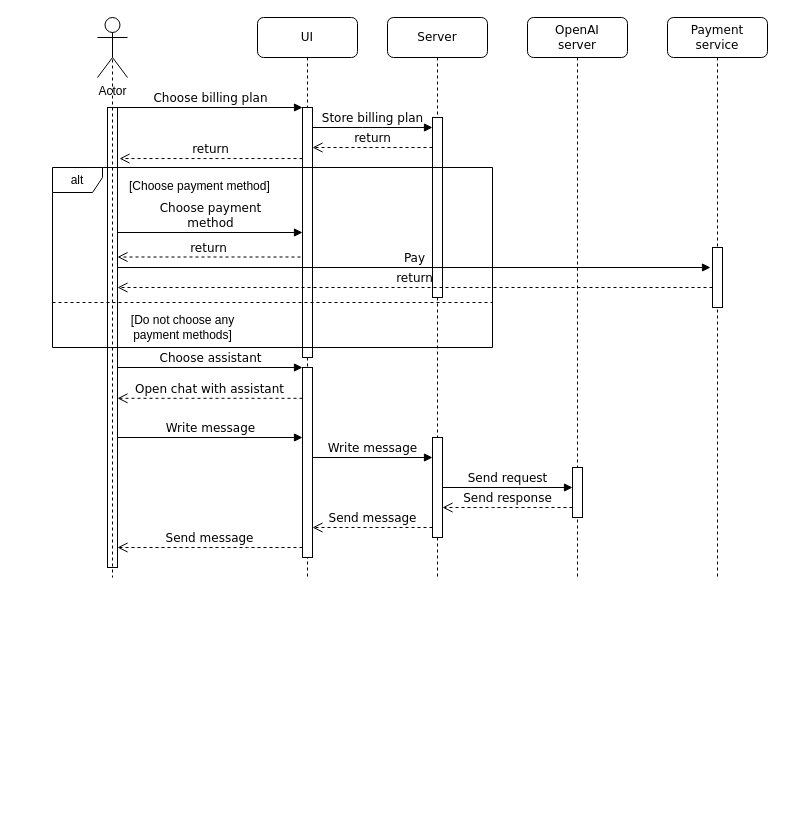
lyphrowny/Porphiriy keeps this draw.io diagram as docs/raw_figs/system_logical_architecture.drawio. Above is the earlier version. Source tidied: cells renumbered, new cells numbered last; positions are measured from the earlier drawing's top-left corner, leaving out a move shared by most shapes. Both pictures are drawn from the tidied source at 100%, with x=0, y=0 at pixel (52, 17).
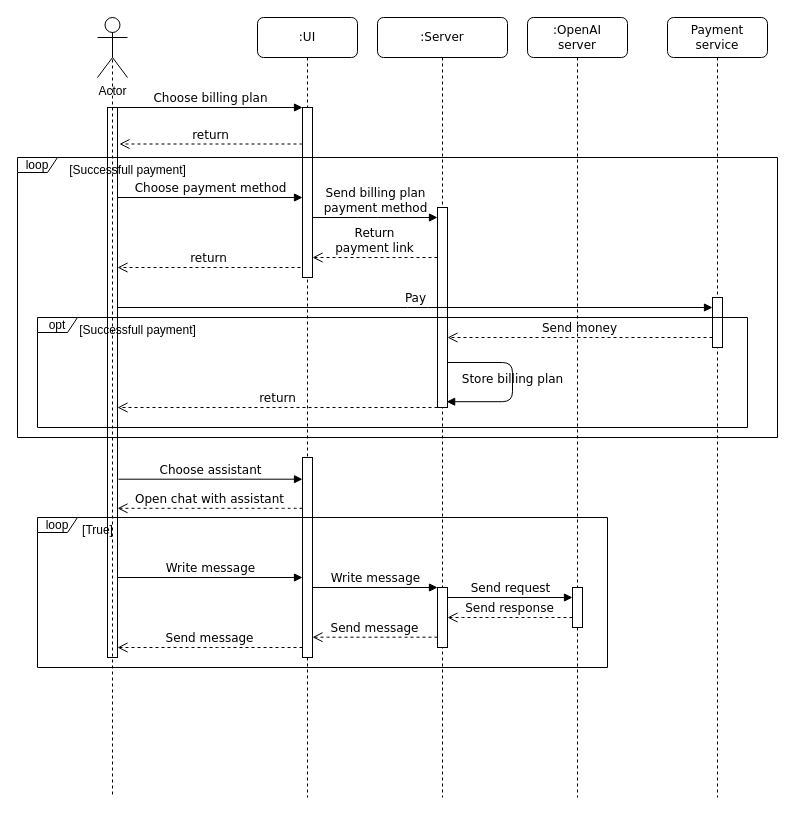
The same page after the edit.

Commit message (it also covers changes not shown here):
Fix alternation syntax; Fix payment process

The edit, as a diff of the source:
```diff
@@
-    <mxCell id="2" value="UI" style="shape=umlLifeline;perimeter=lifelinePerimeter;whiteSpace=wrap;html=1;rounded=1;shadow=0;comic=0;labelBackgroundColor=none;strokeWidth=1;fontFamily=Verdana;fontSize=12;align=center;" parent="1" vertex="1">
-      <mxGeometry x="205" width="100" height="560" as="geometry" />
+    <mxCell id="2" value=":UI" style="shape=umlLifeline;perimeter=lifelinePerimeter;whiteSpace=wrap;html=1;rounded=1;shadow=0;comic=0;labelBackgroundColor=none;strokeWidth=1;fontFamily=Verdana;fontSize=12;align=center;" parent="1" vertex="1">
+      <mxGeometry x="205" width="100" height="780" as="geometry" />
     </mxCell>
     <mxCell id="3" style="html=1;points=[];perimeter=orthogonalPerimeter;rounded=0;shadow=0;comic=0;labelBackgroundColor=none;strokeWidth=1;fontFamily=Verdana;fontSize=12;align=center;" parent="2" vertex="1">
-      <mxGeometry x="45" y="90" width="10" height="250" as="geometry" />
+      <mxGeometry x="45" y="90" width="10" height="170" as="geometry" />
     </mxCell>
-    <mxCell id="4" style="html=1;points=[];perimeter=orthogonalPerimeter;rounded=0;shadow=0;comic=0;labelBackgroundColor=none;strokeWidth=1;fontFamily=Verdana;fontSize=12;align=center;" parent="2" vertex="1">
-      <mxGeometry x="45" y="350" width="10" height="190" as="geometry" />
-    </mxCell>
-    <mxCell id="5" value="return" style="html=1;verticalAlign=bottom;endArrow=open;dashed=1;endSize=8;labelBackgroundColor=none;fontFamily=Verdana;fontSize=12;" parent="2" edge="1">
-      <mxGeometry relative="1" as="geometry">
-        <mxPoint x="175" y="130" as="sourcePoint" />
-        <mxPoint x="55" y="130" as="targetPoint" />
-      </mxGeometry>
-    </mxCell>
-    <mxCell id="6" value="Store billing plan" style="html=1;verticalAlign=bottom;endArrow=block;labelBackgroundColor=none;fontFamily=Verdana;fontSize=12;edgeStyle=elbowEdgeStyle;elbow=vertical;" parent="2" edge="1">
-      <mxGeometry relative="1" as="geometry">
-        <mxPoint x="55" y="110" as="sourcePoint" />
-        <mxPoint x="175" y="110" as="targetPoint" />
-      </mxGeometry>
-    </mxCell>
+    <mxCell id="35" value="Return &lt;br&gt;payment link" style="html=1;verticalAlign=bottom;endArrow=open;dashed=1;endSize=8;labelBackgroundColor=none;fontFamily=Verdana;fontSize=12;" parent="2" edge="1" source="8">
+      <mxGeometry relative="1" as="geometry">
+        <mxPoint x="55" y="240" as="targetPoint" />
+      </mxGeometry>
+    </mxCell>
-    <mxCell id="7" value="Server" style="shape=umlLifeline;perimeter=lifelinePerimeter;whiteSpace=wrap;html=1;rounded=1;shadow=0;comic=0;labelBackgroundColor=none;strokeWidth=1;fontFamily=Verdana;fontSize=12;align=center;" parent="1" vertex="1">
-      <mxGeometry x="335" width="100" height="560" as="geometry" />
+    <mxCell id="7" value=":Server" style="shape=umlLifeline;perimeter=lifelinePerimeter;whiteSpace=wrap;html=1;rounded=1;shadow=0;comic=0;labelBackgroundColor=none;strokeWidth=1;fontFamily=Verdana;fontSize=12;align=center;" parent="1" vertex="1">
+      <mxGeometry x="325" width="130" height="780" as="geometry" />
     </mxCell>
     <mxCell id="8" style="html=1;points=[];perimeter=orthogonalPerimeter;rounded=0;shadow=0;comic=0;labelBackgroundColor=none;strokeWidth=1;fontFamily=Verdana;fontSize=12;align=center;" parent="7" vertex="1">
-      <mxGeometry x="45" y="100" width="10" height="180" as="geometry" />
+      <mxGeometry x="60" y="190" width="10" height="200" as="geometry" />
     </mxCell>
-    <mxCell id="9" style="html=1;points=[];perimeter=orthogonalPerimeter;rounded=0;shadow=0;comic=0;labelBackgroundColor=none;strokeWidth=1;fontFamily=Verdana;fontSize=12;align=center;" parent="7" vertex="1">
-      <mxGeometry x="45" y="420" width="10" height="100" as="geometry" />
-    </mxCell>
+    <mxCell id="6" value="Store billing plan" style="html=1;verticalAlign=bottom;endArrow=block;labelBackgroundColor=none;fontFamily=Verdana;fontSize=12;edgeStyle=elbowEdgeStyle;elbow=vertical;entryX=0.914;entryY=0.971;entryDx=0;entryDy=0;entryPerimeter=0;" parent="7" edge="1" source="8" target="8">
+      <mxGeometry x="0.07" relative="1" as="geometry">
+        <Array as="points">
+          <mxPoint x="135" y="345" />
+          <mxPoint x="145" y="325" />
+        </Array>
+      </mxGeometry>
+    </mxCell>
+    <mxCell id="4" style="html=1;points=[];perimeter=orthogonalPerimeter;rounded=0;shadow=0;comic=0;labelBackgroundColor=none;strokeWidth=1;fontFamily=Verdana;fontSize=12;align=center;" parent="7" vertex="1">
+      <mxGeometry x="-75" y="440" width="10" height="200" as="geometry" />
+    </mxCell>
+    <mxCell id="15" value="Choose assistant" style="html=1;verticalAlign=bottom;endArrow=block;labelBackgroundColor=none;fontFamily=Verdana;fontSize=12;exitX=1.1;exitY=0.679;exitDx=0;exitDy=0;exitPerimeter=0;" parent="7" edge="1" target="4">
+      <mxGeometry relative="1" as="geometry">
+        <mxPoint x="-259" y="461.7" as="sourcePoint" />
+      </mxGeometry>
+    </mxCell>
+    <mxCell id="27" value="Open chat with assistant" style="html=1;verticalAlign=bottom;endArrow=open;dashed=1;endSize=8;labelBackgroundColor=none;fontFamily=Verdana;fontSize=12;edgeStyle=elbowEdgeStyle;elbow=vertical;" parent="7" edge="1" source="4">
+      <mxGeometry relative="1" as="geometry">
+        <mxPoint x="-260" y="490.8" as="targetPoint" />
+        <Array as="points">
+          <mxPoint x="-85" y="490.8" />
+          <mxPoint x="-55" y="490.8" />
+        </Array>
+      </mxGeometry>
+    </mxCell>
-    <mxCell id="10" value="OpenAI&lt;br&gt;server" style="shape=umlLifeline;perimeter=lifelinePerimeter;whiteSpace=wrap;html=1;rounded=1;shadow=0;comic=0;labelBackgroundColor=none;strokeWidth=1;fontFamily=Verdana;fontSize=12;align=center;" parent="1" vertex="1">
-      <mxGeometry x="475" width="100" height="560" as="geometry" />
+    <mxCell id="10" value=":OpenAI&lt;br&gt;server" style="shape=umlLifeline;perimeter=lifelinePerimeter;whiteSpace=wrap;html=1;rounded=1;shadow=0;comic=0;labelBackgroundColor=none;strokeWidth=1;fontFamily=Verdana;fontSize=12;align=center;" parent="1" vertex="1">
+      <mxGeometry x="475" width="100" height="780" as="geometry" />
     </mxCell>
     <mxCell id="11" value="Payment&lt;br&gt;service" style="shape=umlLifeline;perimeter=lifelinePerimeter;whiteSpace=wrap;html=1;rounded=1;shadow=0;comic=0;labelBackgroundColor=none;strokeWidth=1;fontFamily=Verdana;fontSize=12;align=center;" parent="1" vertex="1">
-      <mxGeometry x="615" width="100" height="560" as="geometry" />
+      <mxGeometry x="615" width="100" height="780" as="geometry" />
     </mxCell>
-    <mxCell id="12" value="return" style="html=1;verticalAlign=bottom;endArrow=open;dashed=1;endSize=8;labelBackgroundColor=none;fontFamily=Verdana;fontSize=12;edgeStyle=elbowEdgeStyle;elbow=vertical;entryX=1;entryY=0.391;entryDx=0;entryDy=0;entryPerimeter=0;" parent="11" edge="1" target="17">
-      <mxGeometry relative="1" as="geometry">
-        <mxPoint x="45" y="270" as="sourcePoint" />
-        <Array as="points">
-          <mxPoint x="-10" y="270" />
-          <mxPoint x="20" y="270" />
-        </Array>
-      </mxGeometry>
-    </mxCell>
     <mxCell id="13" style="html=1;points=[];perimeter=orthogonalPerimeter;rounded=0;shadow=0;comic=0;labelBackgroundColor=none;strokeWidth=1;fontFamily=Verdana;fontSize=12;align=center;" parent="11" vertex="1">
-      <mxGeometry x="45" y="230" width="10" height="60" as="geometry" />
+      <mxGeometry x="45" y="280" width="10" height="50" as="geometry" />
     </mxCell>
-    <mxCell id="14" style="html=1;points=[];perimeter=orthogonalPerimeter;rounded=0;shadow=0;comic=0;labelBackgroundColor=none;strokeWidth=1;fontFamily=Verdana;fontSize=12;align=center;" parent="1" vertex="1">
-      <mxGeometry x="520" y="450" width="10" height="50" as="geometry" />
-    </mxCell>
-    <mxCell id="15" value="Choose assistant" style="html=1;verticalAlign=bottom;endArrow=block;labelBackgroundColor=none;fontFamily=Verdana;fontSize=12;" parent="1" edge="1" source="17" target="4">
-      <mxGeometry relative="1" as="geometry" />
-    </mxCell>
@@
     <mxCell id="17" style="html=1;points=[];perimeter=orthogonalPerimeter;rounded=0;shadow=0;comic=0;labelBackgroundColor=none;strokeWidth=1;fontFamily=Verdana;fontSize=12;align=center;" parent="1" vertex="1">
-      <mxGeometry x="55" y="90" width="10" height="460" as="geometry" />
+      <mxGeometry x="55" y="90" width="10" height="550" as="geometry" />
     </mxCell>
     <mxCell id="18" style="endArrow=none;dashed=1;endFill=0;endSize=12;html=1;rounded=0;exitX=0.5;exitY=0.5;exitDx=0;exitDy=0;exitPerimeter=0;" parent="1" edge="1">
       <mxGeometry relative="1" as="geometry">
         <mxPoint x="60" as="sourcePoint" />
-        <mxPoint x="60" y="560" as="targetPoint" />
+        <mxPoint x="60" y="780" as="targetPoint" />
       </mxGeometry>
     </mxCell>
@@
-    <mxCell id="20" value="alt" style="shape=umlFrame;whiteSpace=wrap;html=1;width=50;height=25;" parent="1" vertex="1">
-      <mxGeometry y="150" width="440" height="180" as="geometry" />
-    </mxCell>
-    <mxCell id="21" value="[Choose payment method]" style="text;html=1;" parent="20" vertex="1">
-      <mxGeometry width="100" height="20" relative="1" as="geometry">
-        <mxPoint x="75" y="5" as="offset" />
-      </mxGeometry>
-    </mxCell>
-    <mxCell id="22" style="line;strokeWidth=1;dashed=1;labelPosition=center;verticalLabelPosition=bottom;align=left;verticalAlign=top;spacingLeft=20;spacingTop=15;html=1;whiteSpace=wrap;" parent="20" vertex="1">
-      <mxGeometry y="130" width="440" height="10" as="geometry" />
-    </mxCell>
+    <mxCell id="34" value="return" style="html=1;verticalAlign=bottom;endArrow=open;dashed=1;endSize=8;labelBackgroundColor=none;fontFamily=Verdana;fontSize=12;entryX=1.2;entryY=0.111;entryDx=0;entryDy=0;entryPerimeter=0;" parent="1" edge="1">
+      <mxGeometry relative="1" as="geometry">
+        <mxPoint x="250" y="126.5" as="sourcePoint" />
+        <mxPoint x="67" y="126.5" as="targetPoint" />
+      </mxGeometry>
+    </mxCell>
-    <mxCell id="23" value="Choose payment&lt;br&gt;method" style="html=1;verticalAlign=bottom;endArrow=block;labelBackgroundColor=none;fontFamily=Verdana;fontSize=12;edgeStyle=elbowEdgeStyle;elbow=vertical;" parent="20" edge="1" target="3">
+    <mxCell id="23" value="Choose payment method" style="html=1;verticalAlign=bottom;endArrow=block;entryX=0;entryY=0;labelBackgroundColor=none;fontFamily=Verdana;fontSize=12;edgeStyle=elbowEdgeStyle;elbow=vertical;" parent="1" edge="1">
       <mxGeometry relative="1" as="geometry">
-        <mxPoint x="65" y="65" as="sourcePoint" />
+        <mxPoint x="65" y="180" as="sourcePoint" />
+        <mxPoint x="250" y="180" as="targetPoint" />
       </mxGeometry>
     </mxCell>
-    <mxCell id="24" value="[Do not choose any&lt;br&gt;payment methods]" style="text;html=1;align=center;verticalAlign=middle;strokeColor=none;fillColor=none;" parent="20" vertex="1">
-      <mxGeometry x="65" y="140" width="130" height="40" as="geometry" />
-    </mxCell>
+    <mxCell id="36" value="Send billing plan&lt;br&gt;payment method" style="html=1;verticalAlign=bottom;endArrow=block;labelBackgroundColor=none;fontFamily=Verdana;fontSize=12;edgeStyle=elbowEdgeStyle;elbow=vertical;" parent="1" edge="1" source="3" target="8">
+      <mxGeometry relative="1" as="geometry">
+        <Array as="points">
+          <mxPoint x="315" y="200" />
+          <mxPoint x="325" y="180" />
+        </Array>
+      </mxGeometry>
+    </mxCell>
-    <mxCell id="25" value="return" style="html=1;verticalAlign=bottom;endArrow=open;dashed=1;endSize=8;labelBackgroundColor=none;fontFamily=Verdana;fontSize=12;entryX=1.2;entryY=0.111;entryDx=0;entryDy=0;entryPerimeter=0;" parent="20" edge="1">
+    <mxCell id="25" value="return" style="html=1;verticalAlign=bottom;endArrow=open;dashed=1;endSize=8;labelBackgroundColor=none;fontFamily=Verdana;fontSize=12;entryX=1.2;entryY=0.111;entryDx=0;entryDy=0;entryPerimeter=0;" parent="1" edge="1">
       <mxGeometry relative="1" as="geometry">
-        <mxPoint x="248" y="89.5" as="sourcePoint" />
-        <mxPoint x="65" y="89.5" as="targetPoint" />
+        <mxPoint x="248" y="250" as="sourcePoint" />
+        <mxPoint x="65" y="250" as="targetPoint" />
       </mxGeometry>
     </mxCell>
-    <mxCell id="26" value="Pay" style="html=1;verticalAlign=bottom;endArrow=block;labelBackgroundColor=none;fontFamily=Verdana;fontSize=12;edgeStyle=elbowEdgeStyle;elbow=vertical;exitX=1.2;exitY=0.326;exitDx=0;exitDy=0;exitPerimeter=0;" parent="20" edge="1">
+    <mxCell id="26" value="Pay" style="html=1;verticalAlign=bottom;endArrow=block;labelBackgroundColor=none;fontFamily=Verdana;fontSize=12;edgeStyle=elbowEdgeStyle;elbow=horizontal;" parent="1" edge="1">
       <mxGeometry relative="1" as="geometry">
-        <mxPoint x="65" y="100" as="sourcePoint" />
-        <mxPoint x="658" y="100" as="targetPoint" />
+        <mxPoint x="65" y="290" as="sourcePoint" />
+        <mxPoint x="660" y="290" as="targetPoint" />
+        <Array as="points">
+          <mxPoint x="365" y="290" />
+        </Array>
       </mxGeometry>
     </mxCell>
-    <mxCell id="27" value="Open chat with assistant" style="html=1;verticalAlign=bottom;endArrow=open;dashed=1;endSize=8;labelBackgroundColor=none;fontFamily=Verdana;fontSize=12;edgeStyle=elbowEdgeStyle;elbow=vertical;entryX=1;entryY=0.68;entryDx=0;entryDy=0;entryPerimeter=0;" parent="1" edge="1">
-      <mxGeometry relative="1" as="geometry">
-        <mxPoint x="250" y="380.8" as="sourcePoint" />
-        <mxPoint x="65" y="380" as="targetPoint" />
-        <Array as="points">
-          <mxPoint x="250" y="380.8" />
-          <mxPoint x="280" y="380.8" />
-        </Array>
-      </mxGeometry>
-    </mxCell>
+    <mxCell id="37" value="opt" style="shape=umlFrame;whiteSpace=wrap;html=1;width=40;height=15;" parent="1" vertex="1">
+      <mxGeometry x="-15" y="300" width="710" height="110" as="geometry" />
+    </mxCell>
+    <mxCell id="38" value="&lt;span style=&quot;font-weight: normal;&quot;&gt;[Successfull payment]&lt;/span&gt;" style="text;align=center;fontStyle=1;verticalAlign=middle;spacingLeft=3;spacingRight=3;strokeColor=none;html=1;" parent="1" vertex="1">
+      <mxGeometry x="45" y="300" width="80" height="26" as="geometry" />
+    </mxCell>
+    <mxCell id="39" value="Send money" style="html=1;verticalAlign=bottom;endArrow=open;dashed=1;endSize=8;labelBackgroundColor=none;fontFamily=Verdana;fontSize=12;" parent="1" edge="1" source="13" target="8">
+      <mxGeometry relative="1" as="geometry">
+        <Array as="points">
+          <mxPoint x="585" y="320" />
+        </Array>
+      </mxGeometry>
+    </mxCell>
+    <mxCell id="5" value="return" style="html=1;verticalAlign=bottom;endArrow=open;dashed=1;endSize=8;labelBackgroundColor=none;fontFamily=Verdana;fontSize=12;" parent="1" edge="1">
+      <mxGeometry relative="1" as="geometry">
+        <mxPoint x="385" y="390" as="sourcePoint" />
+        <mxPoint x="65" y="390" as="targetPoint" />
+      </mxGeometry>
+    </mxCell>
+    <mxCell id="40" value="loop" style="shape=umlFrame;whiteSpace=wrap;html=1;width=40;height=15;" parent="1" vertex="1">
+      <mxGeometry x="-35" y="140" width="760" height="280" as="geometry" />
+    </mxCell>
+    <mxCell id="41" value="&lt;span style=&quot;font-weight: normal;&quot;&gt;[Successfull payment]&lt;/span&gt;" style="text;align=center;fontStyle=1;verticalAlign=middle;spacingLeft=3;spacingRight=3;strokeColor=none;html=1;" parent="1" vertex="1">
+      <mxGeometry x="35" y="140" width="80" height="26" as="geometry" />
+    </mxCell>
+    <mxCell id="42" value="loop" style="shape=umlFrame;whiteSpace=wrap;html=1;width=40;height=15;" parent="1" vertex="1">
+      <mxGeometry x="-15" y="500" width="570" height="150" as="geometry" />
+    </mxCell>
+    <mxCell id="14" style="html=1;points=[];perimeter=orthogonalPerimeter;rounded=0;shadow=0;comic=0;labelBackgroundColor=none;strokeWidth=1;fontFamily=Verdana;fontSize=12;align=center;" parent="1" vertex="1">
+      <mxGeometry x="520" y="570" width="10" height="40" as="geometry" />
+    </mxCell>
+    <mxCell id="9" style="html=1;points=[];perimeter=orthogonalPerimeter;rounded=0;shadow=0;comic=0;labelBackgroundColor=none;strokeWidth=1;fontFamily=Verdana;fontSize=12;align=center;" parent="1" vertex="1">
+      <mxGeometry x="385" y="570" width="10" height="60" as="geometry" />
+    </mxCell>
     <mxCell id="28" value="Write message" style="html=1;verticalAlign=bottom;endArrow=block;labelBackgroundColor=none;fontFamily=Verdana;fontSize=12;" parent="1" edge="1">
       <mxGeometry relative="1" as="geometry">
-        <mxPoint x="65" y="420" as="sourcePoint" />
-        <mxPoint x="250" y="420" as="targetPoint" />
+        <mxPoint x="65" y="560" as="sourcePoint" />
+        <mxPoint x="250" y="560" as="targetPoint" />
       </mxGeometry>
     </mxCell>
-    <mxCell id="29" value="Send request" style="html=1;verticalAlign=bottom;endArrow=block;labelBackgroundColor=none;fontFamily=Verdana;fontSize=12;" parent="1" edge="1" source="9" target="14">
-      <mxGeometry relative="1" as="geometry" />
+    <mxCell id="29" value="Send request" style="html=1;verticalAlign=bottom;endArrow=block;labelBackgroundColor=none;fontFamily=Verdana;fontSize=12;" parent="1" edge="1">
+      <mxGeometry relative="1" as="geometry">
+        <mxPoint x="395" y="580" as="sourcePoint" />
+        <mxPoint x="520" y="580" as="targetPoint" />
+      </mxGeometry>
     </mxCell>
     <mxCell id="30" value="Send response" style="html=1;verticalAlign=bottom;endArrow=open;dashed=1;endSize=8;labelBackgroundColor=none;fontFamily=Verdana;fontSize=12;edgeStyle=elbowEdgeStyle;elbow=vertical;" parent="1" edge="1">
       <mxGeometry relative="1" as="geometry">
-        <mxPoint x="520" y="490" as="sourcePoint" />
-        <mxPoint x="390" y="490" as="targetPoint" />
+        <mxPoint x="520" y="600" as="sourcePoint" />
+        <mxPoint x="395" y="600" as="targetPoint" />
         <Array as="points">
-          <mxPoint x="430" y="490" />
-          <mxPoint x="460" y="490" />
+          <mxPoint x="420" y="600" />
+          <mxPoint x="450" y="600" />
         </Array>
       </mxGeometry>
     </mxCell>
     <mxCell id="31" value="Send message" style="html=1;verticalAlign=bottom;endArrow=open;dashed=1;endSize=8;labelBackgroundColor=none;fontFamily=Verdana;fontSize=12;edgeStyle=elbowEdgeStyle;elbow=vertical;" parent="1" edge="1">
       <mxGeometry relative="1" as="geometry">
-        <mxPoint x="380" y="510" as="sourcePoint" />
-        <mxPoint x="260" y="510" as="targetPoint" />
+        <mxPoint x="385" y="619.7" as="sourcePoint" />
+        <mxPoint x="260" y="619.7" as="targetPoint" />
         <Array as="points">
-          <mxPoint x="295" y="510" />
-          <mxPoint x="325" y="510" />
+          <mxPoint x="285" y="619.7" />
+          <mxPoint x="315" y="619.7" />
         </Array>
       </mxGeometry>
     </mxCell>
-    <mxCell id="32" value="Send message" style="html=1;verticalAlign=bottom;endArrow=open;dashed=1;endSize=8;labelBackgroundColor=none;fontFamily=Verdana;fontSize=12;edgeStyle=elbowEdgeStyle;elbow=vertical;" parent="1" edge="1" source="4" target="17">
+    <mxCell id="32" value="Send message" style="html=1;verticalAlign=bottom;endArrow=open;dashed=1;endSize=8;labelBackgroundColor=none;fontFamily=Verdana;fontSize=12;edgeStyle=elbowEdgeStyle;elbow=vertical;" parent="1" edge="1">
       <mxGeometry relative="1" as="geometry">
+        <mxPoint x="250" y="630" as="sourcePoint" />
+        <mxPoint x="65" y="630" as="targetPoint" />
         <Array as="points">
-          <mxPoint x="185" y="530" />
-          <mxPoint x="130" y="540" />
-          <mxPoint x="160" y="540" />
+          <mxPoint x="175" y="630" />
+          <mxPoint x="120" y="640" />
+          <mxPoint x="150" y="640" />
         </Array>
       </mxGeometry>
     </mxCell>
-    <mxCell id="33" value="Write message" style="html=1;verticalAlign=bottom;endArrow=block;labelBackgroundColor=none;fontFamily=Verdana;fontSize=12;" parent="1" edge="1">
-      <mxGeometry relative="1" as="geometry">
-        <mxPoint x="260" y="440" as="sourcePoint" />
-        <mxPoint x="380" y="440" as="targetPoint" />
-      </mxGeometry>
+    <mxCell id="33" value="Write message" style="html=1;verticalAlign=bottom;endArrow=block;labelBackgroundColor=none;fontFamily=Verdana;fontSize=12;" parent="1" edge="1" source="4" target="9">
+      <mxGeometry relative="1" as="geometry" />
     </mxCell>
-    <mxCell id="34" value="return" style="html=1;verticalAlign=bottom;endArrow=open;dashed=1;endSize=8;labelBackgroundColor=none;fontFamily=Verdana;fontSize=12;entryX=1.2;entryY=0.111;entryDx=0;entryDy=0;entryPerimeter=0;" parent="1" edge="1" source="3" target="17">
-      <mxGeometry relative="1" as="geometry" />
-    </mxCell>
+    <mxCell id="43" value="&lt;span style=&quot;font-weight: normal;&quot;&gt;[True]&lt;/span&gt;" style="text;align=center;fontStyle=1;verticalAlign=middle;spacingLeft=3;spacingRight=3;strokeColor=none;html=1;" parent="1" vertex="1">
+      <mxGeometry x="5" y="500" width="80" height="26" as="geometry" />
+    </mxCell>
```
